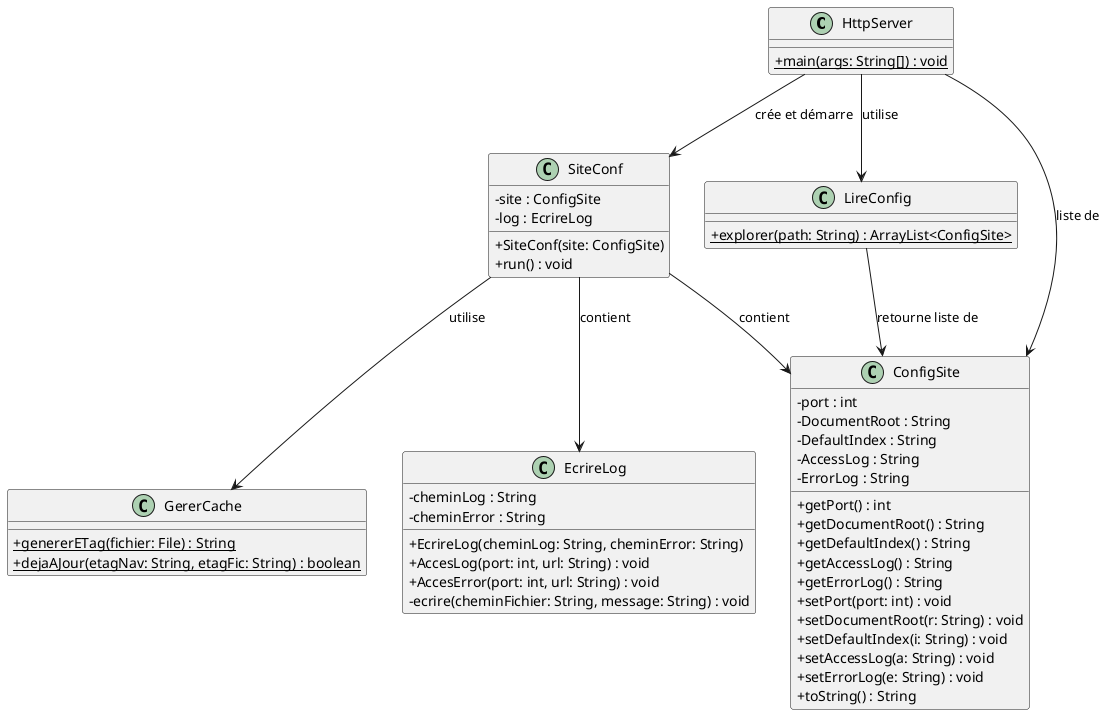
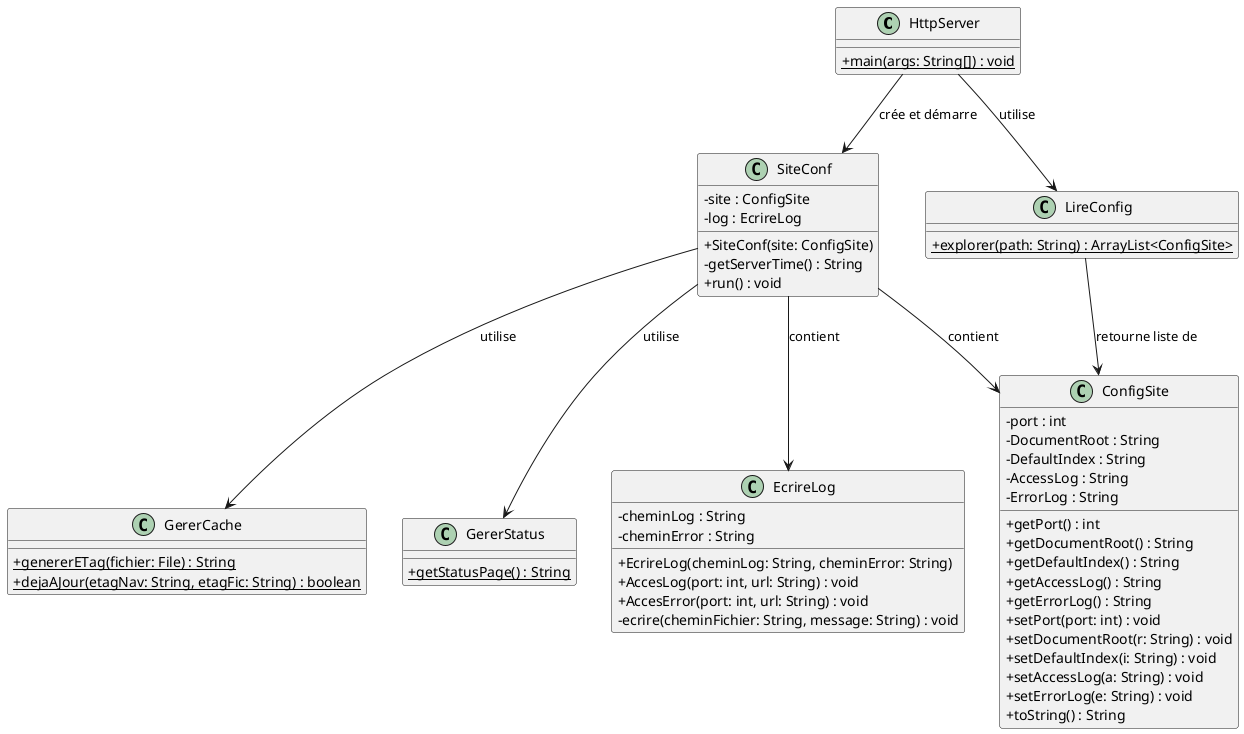
@startuml
skinparam classAttributeIconSize 0

class HttpServer {
    + {static} main(args: String[]) : void
}

class SiteConf {
    - site : ConfigSite
    - log : EcrireLog
    + SiteConf(site: ConfigSite)
+     - getServerTime() : String
    + run() : void
}

class LireConfig {
    + {static} explorer(path: String) : ArrayList<ConfigSite>
}

class ConfigSite {
    - port : int
    - DocumentRoot : String
    - DefaultIndex : String
    - AccessLog : String
    - ErrorLog : String
    + getPort() : int
    + getDocumentRoot() : String
    + getDefaultIndex() : String
    + getAccessLog() : String
    + getErrorLog() : String
    + setPort(port: int) : void
    + setDocumentRoot(r: String) : void
    + setDefaultIndex(i: String) : void
    + setAccessLog(a: String) : void
    + setErrorLog(e: String) : void
    + toString() : String
}

class GererCache {
    + {static} genererETag(fichier: File) : String
    + {static} dejaAJour(etagNav: String, etagFic: String) : boolean
}

+ class GererStatus {
+     + {static} getStatusPage() : String
+ }
+ 
class EcrireLog {
    - cheminLog : String
    - cheminError : String
    + EcrireLog(cheminLog: String, cheminError: String)
    + AccesLog(port: int, url: String) : void
    + AccesError(port: int, url: String) : void
    - ecrire(cheminFichier: String, message: String) : void
}

HttpServer --> LireConfig : utilise
HttpServer --> SiteConf : crée et démarre
- HttpServer --> ConfigSite : liste de
- 
+ LireConfig --> ConfigSite : retourne liste de
SiteConf --> ConfigSite : contient
SiteConf --> EcrireLog : contient
SiteConf --> GererCache : utilise
+ SiteConf --> GererStatus : utilise

- LireConfig --> ConfigSite : retourne liste de
@enduml
